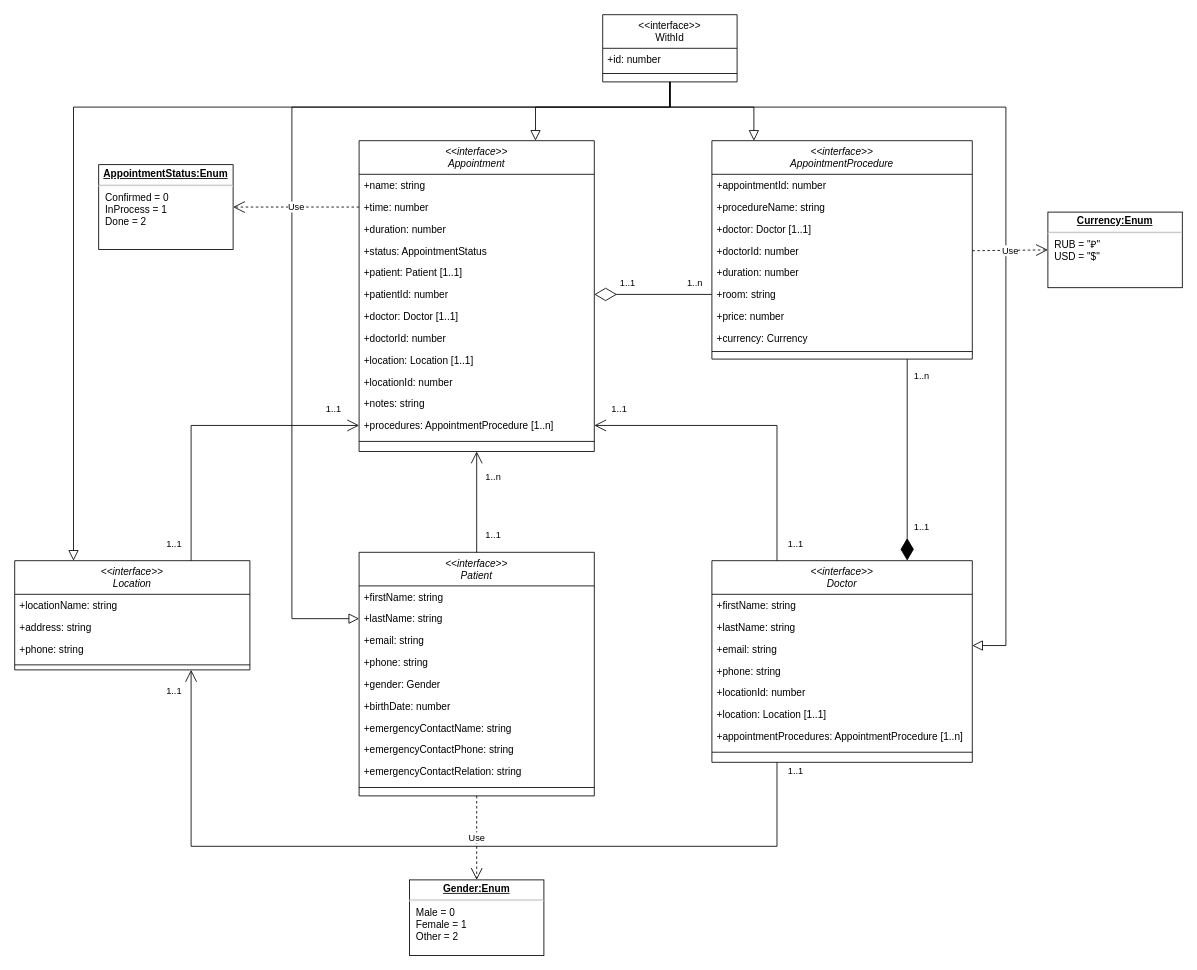
Before: Untitled Diagram.drawio in arturyumaev/Bachelor-Diploma-Docs, a draw.io diagram. Source tidied: cells renumbered, new cells numbered last; positions are measured from the earlier drawing's top-left corner, leaving out a move shared by most shapes. Both pictures are drawn from the tidied source at 84%, with x=0, y=0 at pixel (14, 14).
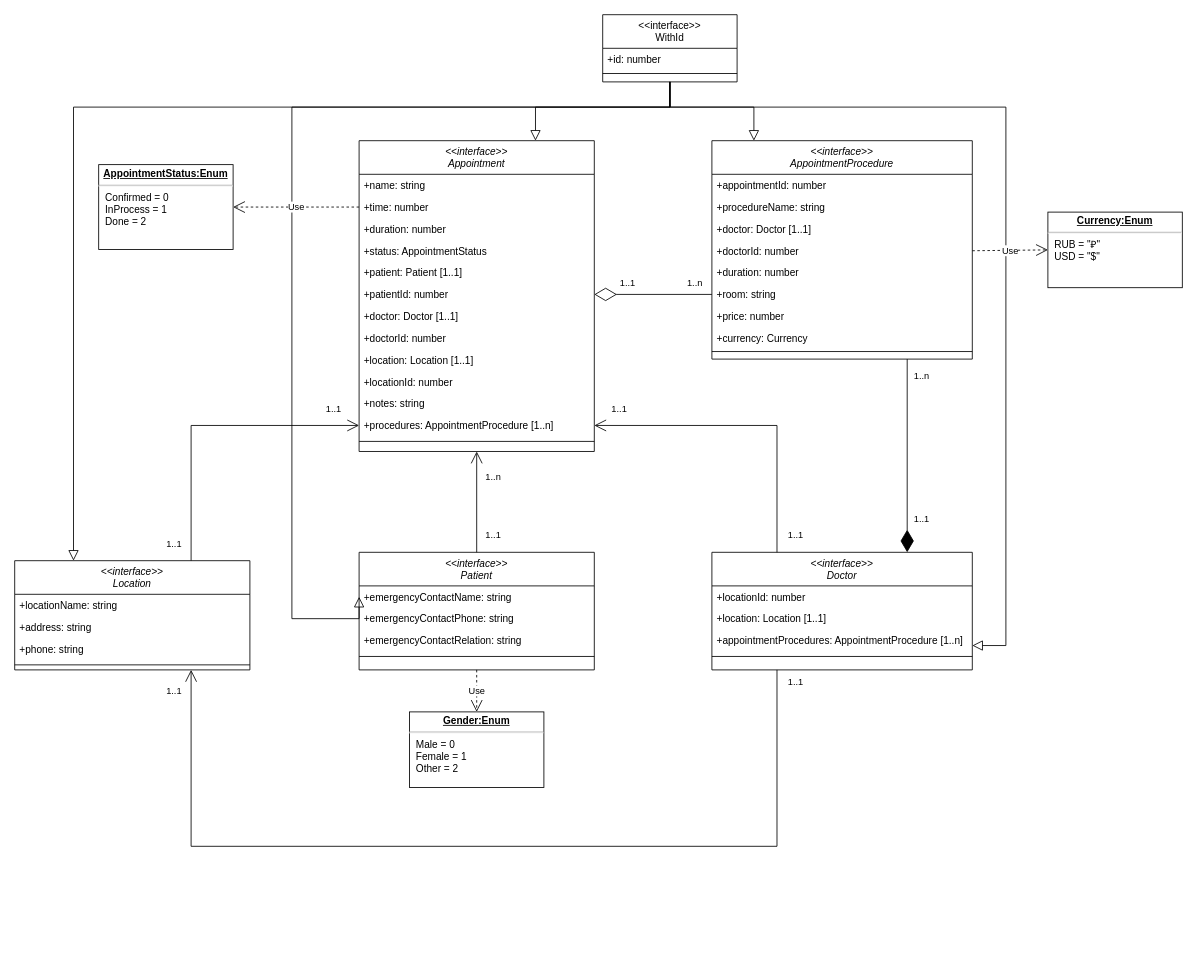
Above is the later version.

Unchanged cells that the change refers to:
```xml
<mxCell id="16" value="&lt;&lt;interface&gt;&gt;&#10;WithId" style="swimlane;fontStyle=0;align=center;verticalAlign=top;horizontal=1;startSize=40;rounded=0;shadow=0;strokeWidth=1;" parent="1" vertex="1">
  <mxGeometry x="700" width="160" height="80" as="geometry" />
</mxCell>
```

What changed in the source:
```diff
@@
     <mxCell id="34" value="&lt;&lt;interface&gt;&gt;&#10;Patient" style="swimlane;fontStyle=2;align=center;verticalAlign=top;horizontal=1;startSize=40;rounded=0;shadow=0;strokeWidth=1;" parent="1" vertex="1">
-      <mxGeometry x="410" y="640" width="280" height="290" as="geometry" />
+      <mxGeometry x="410" y="640" width="280" height="140" as="geometry" />
     </mxCell>
-    <mxCell id="35" value="+firstName: string" style="text;align=left;verticalAlign=top;spacingLeft=4;spacingRight=4;overflow=hidden;" parent="34" vertex="1">
-      <mxGeometry y="40" width="280" height="26" as="geometry" />
-    </mxCell>
-    <mxCell id="36" value="+lastName: string" style="text;align=left;verticalAlign=top;spacingLeft=4;spacingRight=4;overflow=hidden;points=[[0,0.5],[1,0.5]];portConstraint=eastwest;" parent="34" vertex="1">
-      <mxGeometry y="66" width="280" height="26" as="geometry" />
-    </mxCell>
-    <mxCell id="37" value="+email: string" style="text;align=left;verticalAlign=top;spacingLeft=4;spacingRight=4;overflow=hidden;" parent="34" vertex="1">
-      <mxGeometry y="92" width="280" height="26" as="geometry" />
-    </mxCell>
-    <mxCell id="38" value="+phone: string" style="text;align=left;verticalAlign=top;spacingLeft=4;spacingRight=4;overflow=hidden;rounded=0;shadow=0;html=0;" parent="34" vertex="1">
-      <mxGeometry y="118" width="280" height="26" as="geometry" />
-    </mxCell>
-    <mxCell id="39" value="+gender: Gender" style="text;align=left;verticalAlign=top;spacingLeft=4;spacingRight=4;overflow=hidden;rounded=0;shadow=0;html=0;" parent="34" vertex="1">
-      <mxGeometry y="144" width="280" height="26" as="geometry" />
-    </mxCell>
-    <mxCell id="40" value="+birthDate: number" style="text;align=left;verticalAlign=top;spacingLeft=4;spacingRight=4;overflow=hidden;rounded=0;shadow=0;html=0;" parent="34" vertex="1">
-      <mxGeometry y="170" width="280" height="26" as="geometry" />
-    </mxCell>
     <mxCell id="41" value="+emergencyContactName: string" style="text;align=left;verticalAlign=top;spacingLeft=4;spacingRight=4;overflow=hidden;rounded=0;shadow=0;html=0;" parent="34" vertex="1">
-      <mxGeometry y="196" width="280" height="26" as="geometry" />
+      <mxGeometry y="40" width="280" height="26" as="geometry" />
     </mxCell>
     <mxCell id="42" value="+emergencyContactPhone: string" style="text;align=left;verticalAlign=top;spacingLeft=4;spacingRight=4;overflow=hidden;rounded=0;shadow=0;html=0;" parent="34" vertex="1">
-      <mxGeometry y="222" width="280" height="26" as="geometry" />
+      <mxGeometry y="66" width="280" height="26" as="geometry" />
     </mxCell>
     <mxCell id="43" value="+emergencyContactRelation: string" style="text;align=left;verticalAlign=top;spacingLeft=4;spacingRight=4;overflow=hidden;rounded=0;shadow=0;html=0;" parent="34" vertex="1">
-      <mxGeometry y="248" width="280" height="26" as="geometry" />
+      <mxGeometry y="92" width="280" height="26" as="geometry" />
     </mxCell>
     <mxCell id="44" style="line;html=1;strokeWidth=1;align=left;verticalAlign=middle;spacingTop=-1;spacingLeft=3;spacingRight=3;labelPosition=right;" parent="34" vertex="1">
-      <mxGeometry y="274" width="280" height="12" as="geometry" />
+      <mxGeometry y="118" width="280" height="12" as="geometry" />
     </mxCell>
     <mxCell id="45" value="&lt;&lt;interface&gt;&gt;&#10;Doctor" style="swimlane;fontStyle=2;align=center;verticalAlign=top;horizontal=1;startSize=40;rounded=0;shadow=0;strokeWidth=1;" parent="1" vertex="1">
-      <mxGeometry x="830" y="650" width="310" height="240" as="geometry" />
+      <mxGeometry x="830" y="640" width="310" height="140" as="geometry" />
     </mxCell>
-    <mxCell id="46" value="+firstName: string" style="text;align=left;verticalAlign=top;spacingLeft=4;spacingRight=4;overflow=hidden;" parent="45" vertex="1">
-      <mxGeometry y="40" width="310" height="26" as="geometry" />
-    </mxCell>
-    <mxCell id="47" value="+lastName: string" style="text;align=left;verticalAlign=top;spacingLeft=4;spacingRight=4;overflow=hidden;rounded=0;shadow=0;html=0;" parent="45" vertex="1">
-      <mxGeometry y="66" width="310" height="26" as="geometry" />
-    </mxCell>
-    <mxCell id="48" value="+email: string" style="text;align=left;verticalAlign=top;spacingLeft=4;spacingRight=4;overflow=hidden;rounded=0;shadow=0;html=0;" parent="45" vertex="1">
-      <mxGeometry y="92" width="310" height="26" as="geometry" />
-    </mxCell>
-    <mxCell id="49" value="+phone: string" style="text;align=left;verticalAlign=top;spacingLeft=4;spacingRight=4;overflow=hidden;rounded=0;shadow=0;html=0;" parent="45" vertex="1">
-      <mxGeometry y="118" width="310" height="26" as="geometry" />
-    </mxCell>
     <mxCell id="50" value="+locationId: number" style="text;align=left;verticalAlign=top;spacingLeft=4;spacingRight=4;overflow=hidden;rounded=0;shadow=0;html=0;" parent="45" vertex="1">
-      <mxGeometry y="144" width="310" height="26" as="geometry" />
+      <mxGeometry y="40" width="310" height="26" as="geometry" />
     </mxCell>
     <mxCell id="51" value="+location: Location [1..1]" style="text;align=left;verticalAlign=top;spacingLeft=4;spacingRight=4;overflow=hidden;rounded=0;shadow=0;html=0;" parent="45" vertex="1">
-      <mxGeometry y="170" width="310" height="26" as="geometry" />
+      <mxGeometry y="66" width="310" height="26" as="geometry" />
     </mxCell>
     <mxCell id="52" value="+appointmentProcedures: AppointmentProcedure [1..n]" style="text;align=left;verticalAlign=top;spacingLeft=4;spacingRight=4;overflow=hidden;rounded=0;shadow=0;html=0;" parent="45" vertex="1">
-      <mxGeometry y="196" width="310" height="26" as="geometry" />
+      <mxGeometry y="92" width="310" height="26" as="geometry" />
     </mxCell>
     <mxCell id="53" style="line;html=1;strokeWidth=1;align=left;verticalAlign=middle;spacingTop=-1;spacingLeft=3;spacingRight=3;labelPosition=right;" parent="45" vertex="1">
-      <mxGeometry y="222" width="310" height="12" as="geometry" />
+      <mxGeometry y="118" width="310" height="12" as="geometry" />
     </mxCell>
@@
-    <mxCell id="60" style="endArrow=block;endSize=10;endFill=0;shadow=0;strokeWidth=1;rounded=0;edgeStyle=orthogonalEdgeStyle;elbow=vertical;exitX=0.5;exitY=1;exitDx=0;exitDy=0;entryX=0;entryY=0.5;entryDx=0;entryDy=0;" parent="1" edge="1" source="16" target="36">
+    <mxCell id="60" style="endArrow=block;endSize=10;endFill=0;shadow=0;strokeWidth=1;rounded=0;edgeStyle=orthogonalEdgeStyle;elbow=vertical;exitX=0.5;exitY=1;exitDx=0;exitDy=0;entryX=0;entryY=0.5;entryDx=0;entryDy=0;" parent="1" edge="1" source="16">
       <mxGeometry relative="1" as="geometry">
+        <mxPoint x="410" y="693" as="targetPoint" />
         <Array as="points">
           <mxPoint x="780" y="110" />
           <mxPoint x="330" y="110" />
           <mxPoint x="330" y="719" />
         </Array>
       </mxGeometry>
     </mxCell>
@@
     <mxCell id="67" value="1..1" style="text;html=1;strokeColor=none;fillColor=none;align=center;verticalAlign=middle;whiteSpace=wrap;rounded=0;fontSize=11;" parent="1" vertex="1">
-      <mxGeometry x="910" y="620" width="40" height="20" as="geometry" />
+      <mxGeometry x="910" y="610" width="40" height="20" as="geometry" />
     </mxCell>
@@
     <mxCell id="72" value="1..1" style="text;html=1;strokeColor=none;fillColor=none;align=center;verticalAlign=middle;whiteSpace=wrap;rounded=0;fontSize=11;" parent="1" vertex="1">
-      <mxGeometry x="910" y="890" width="40" height="20" as="geometry" />
+      <mxGeometry x="910" y="785" width="40" height="20" as="geometry" />
     </mxCell>
@@
     <mxCell id="75" value="1..1" style="text;html=1;strokeColor=none;fillColor=none;align=center;verticalAlign=middle;whiteSpace=wrap;rounded=0;fontSize=11;" parent="1" vertex="1">
-      <mxGeometry x="1060" y="600" width="40" height="20" as="geometry" />
+      <mxGeometry x="1060" y="590" width="40" height="20" as="geometry" />
     </mxCell>
@@
     <mxCell id="77" value="&lt;p style=&quot;margin: 0px ; margin-top: 4px ; text-align: center ; text-decoration: underline&quot;&gt;&lt;b&gt;Gender:Enum&lt;/b&gt;&lt;/p&gt;&lt;hr&gt;&lt;p style=&quot;margin: 0px ; margin-left: 8px&quot;&gt;Male = 0&lt;br&gt;Female = 1&lt;br&gt;Other = 2&lt;/p&gt;" style="verticalAlign=top;align=left;overflow=fill;fontSize=12;fontFamily=Helvetica;html=1;" parent="1" vertex="1">
-      <mxGeometry x="470" y="1030" width="160" height="90" as="geometry" />
+      <mxGeometry x="470" y="830" width="160" height="90" as="geometry" />
     </mxCell>
```
